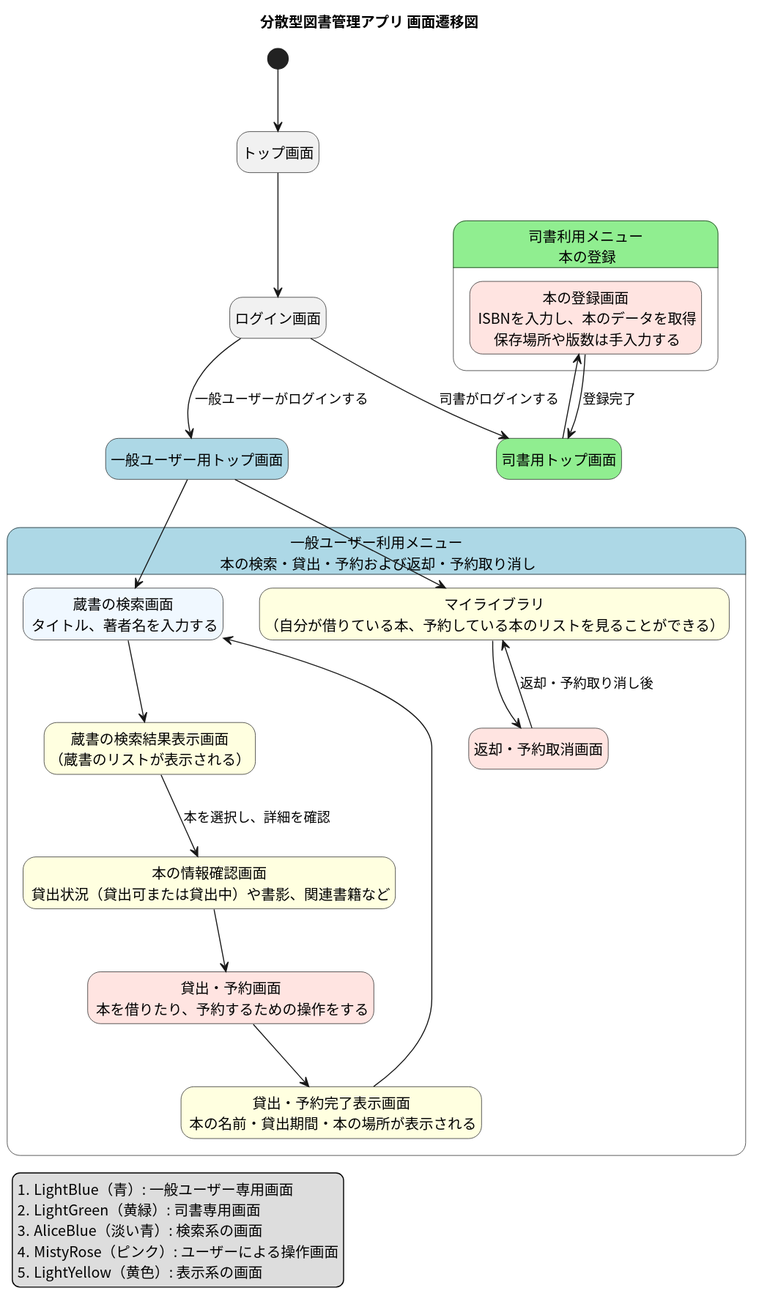
Earlier version of the PlantUML export docs/screen_flow/screen_flow_diagram/screen_flow.svg (tomoki-shiozaki/distributed-library).
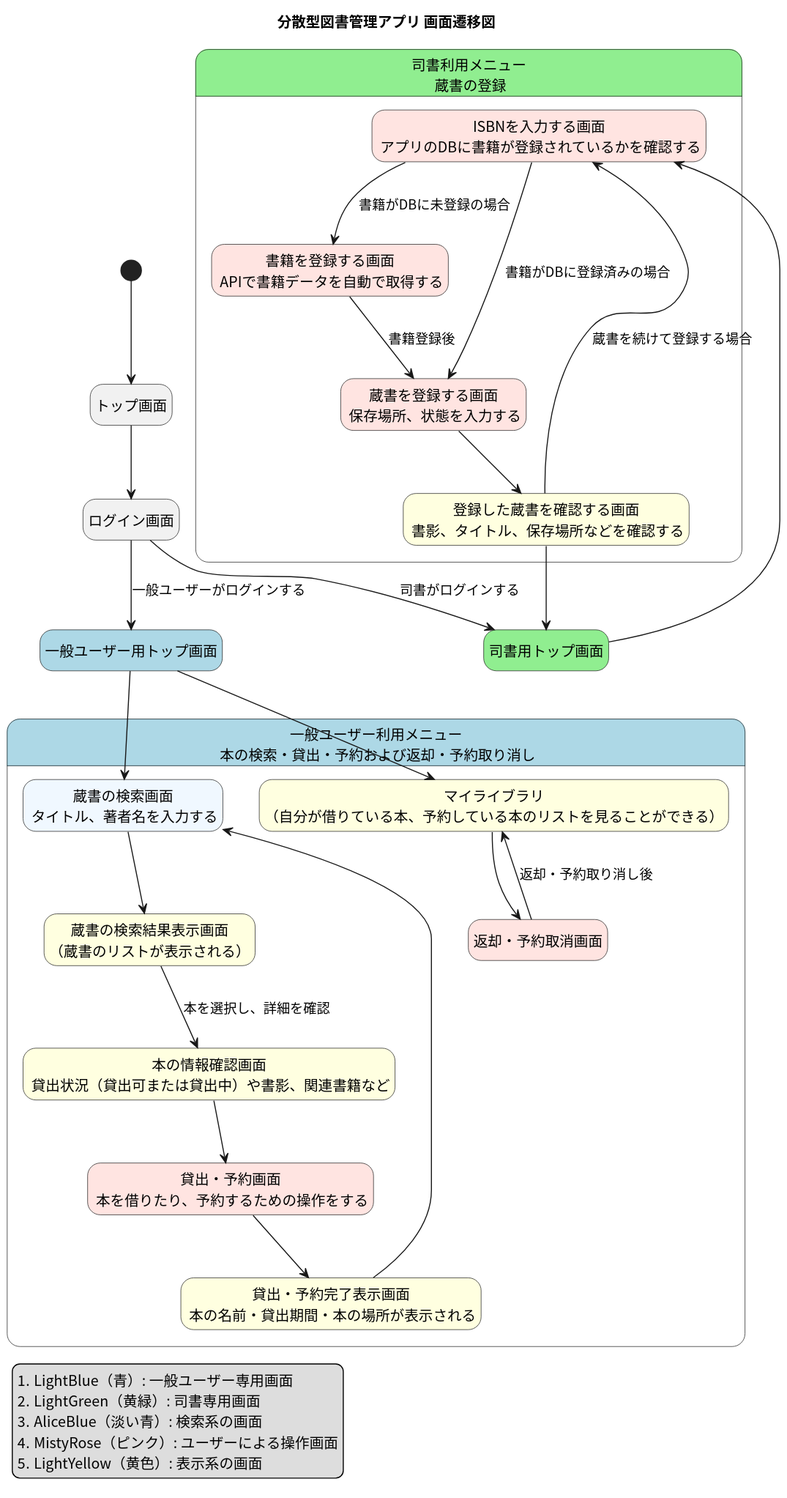
After the change.

Commit message:
docs(screen flow): update screen flow diagram

Change to the diagram source:
```diff
@@ -23,13 +23,19 @@
     login --> librarian : 司書がログインする
 
 
-state "司書利用メニュー\n 本の登録" as bookManagement #LightGreen {
-    state "本の登録画面\n ISBNを入力し、本のデータを取得\n 保存場所や版数は手入力する" as bookRegistration <<操作>>
+state "司書利用メニュー\n 蔵書の登録" as bookManagement #LightGreen {
+    state "ISBNを入力する画面\n アプリのDBに書籍が登録されているかを確認する" as isbnCheckForm <<操作>>
+    state "書籍を登録する画面\n APIで書籍データを自動で取得する" as bookCreate <<操作>>
+    state "蔵書を登録する画面\n 保存場所、状態を入力する" as copyCreate <<操作>>
+    state "登録した蔵書を確認する画面\n 書影、タイトル、保存場所などを確認する" as copyConfirm <<表示>>
 }
-librarian --> bookRegistration
-bookRegistration --> librarian : 登録完了
-
-
+librarian --> isbnCheckForm
+isbnCheckForm --> bookCreate : 書籍がDBに未登録の場合
+isbnCheckForm --> copyCreate : 書籍がDBに登録済みの場合
+bookCreate --> copyCreate : 書籍登録後
+copyCreate --> copyConfirm
+copyConfirm --> librarian
+copyConfirm --> isbnCheckForm : 蔵書を続けて登録する場合
 
 state "一般ユーザー利用メニュー\n 本の検索・貸出・予約および返却・予約取り消し" as bookUse #LightBlue {
     state "蔵書の検索画面\n タイトル、著者名を入力する" as bookSearch <<検索>>
```
